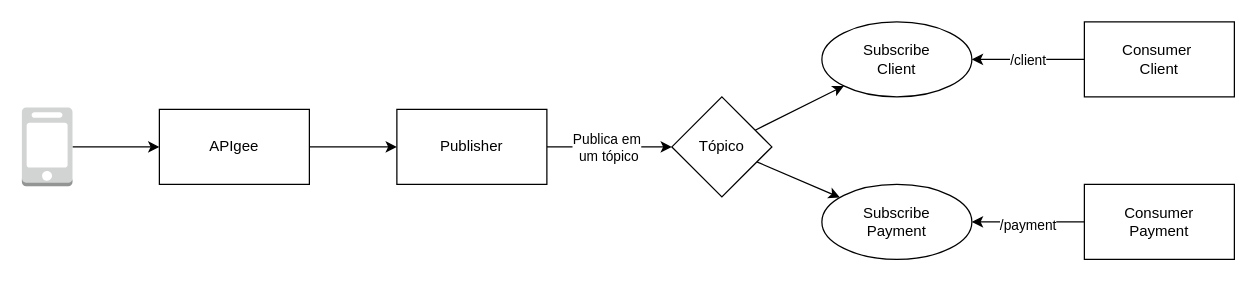
Earlier version of the draw.io diagram Desenhos/Desenho Broadcast.drawio (silasferreiracarneiro/SamplePubSub). Source tidied: cells renumbered, new cells numbered last; positions are measured from the earlier drawing's top-left corner, leaving out a move shared by most shapes. Both pictures are drawn from the tidied source at 125%, with x=0, y=0 at pixel (21, 21).
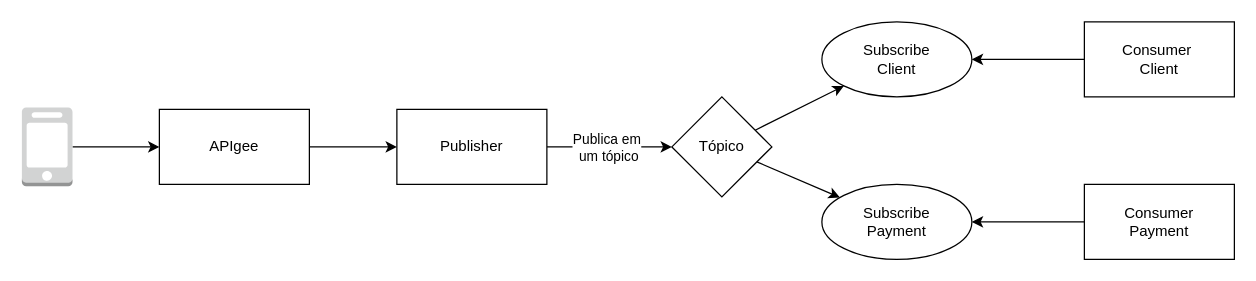
The same diagram, later.

Unchanged cells that the change refers to:
```xml
<mxCell id="12" style="edgeStyle=orthogonalEdgeStyle;rounded=0;jettySize=auto;html=1;entryX=1;entryY=0.5;entryDx=0;entryDy=0;" parent="1" edge="1" source="14" target="18">
  <mxGeometry relative="1" as="geometry" />
</mxCell>
<mxCell id="15" style="edgeStyle=orthogonalEdgeStyle;rounded=0;jettySize=auto;html=1;entryX=1;entryY=0.5;entryDx=0;entryDy=0;" parent="1" edge="1" source="17" target="19">
  <mxGeometry relative="1" as="geometry" />
</mxCell>
```

Change to the diagram source:
```diff
@@
-    <mxCell id="13" value="/client" style="edgeLabel;html=1;align=center;verticalAlign=middle;" parent="12" vertex="1">
-      <mxGeometry x="0.02" relative="1" as="geometry" />
-    </mxCell>
@@
-    <mxCell id="16" value="/payment" style="edgeLabel;html=1;align=center;verticalAlign=middle;" parent="15" vertex="1">
-      <mxGeometry x="0.03" y="2" relative="1" as="geometry" />
-    </mxCell>
```
